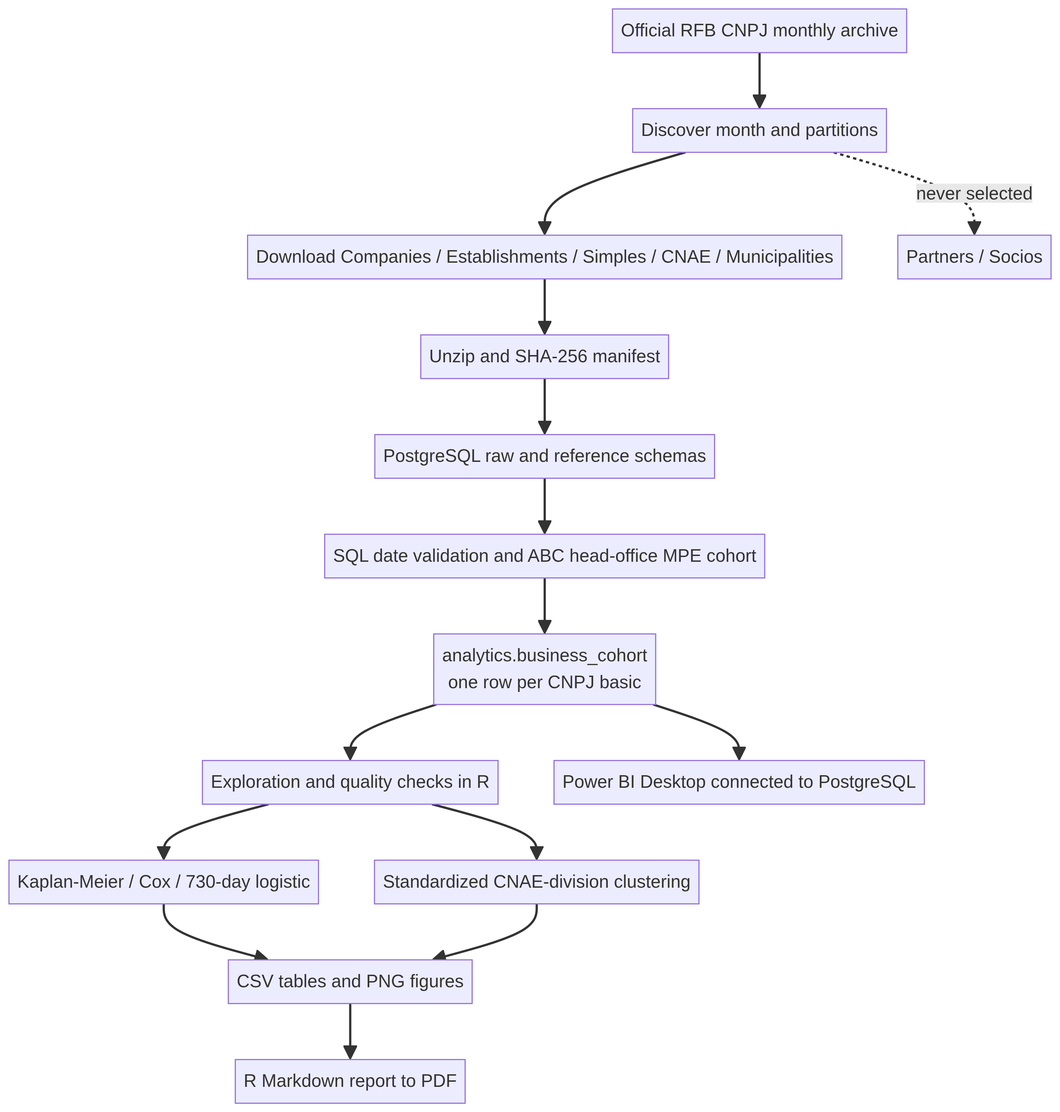
Earlier version of the Mermaid export docs/architecture.png (jotape2709/dados-sobrevivencia). Its source is kept beside it as docs/architecture.mmd. Its diagram source:
```mermaid
flowchart TB
    A[Official RFB CNPJ monthly archive] --> B[Discover month and partitions]
    B --> C[Download Companies / Establishments / Simples / CNAE / Municipalities]
    B -. never selected .-> X[Partners / Socios]
    C --> D[Unzip and SHA-256 manifest]
    D --> E[PostgreSQL raw and reference schemas]
    E --> F[SQL date validation and ABC head-office MPE cohort]
    F --> G[analytics.business_cohort<br/>one row per CNPJ basic]
    G --> H[Exploration and quality checks in R]
    H --> I[Kaplan-Meier / Cox / 730-day logistic]
    H --> J[Standardized CNAE-division clustering]
    I --> K[CSV tables and PNG figures]
    J --> K
    K --> L[R Markdown report to PDF]
    G --> M[Power BI Desktop connected to PostgreSQL]
```
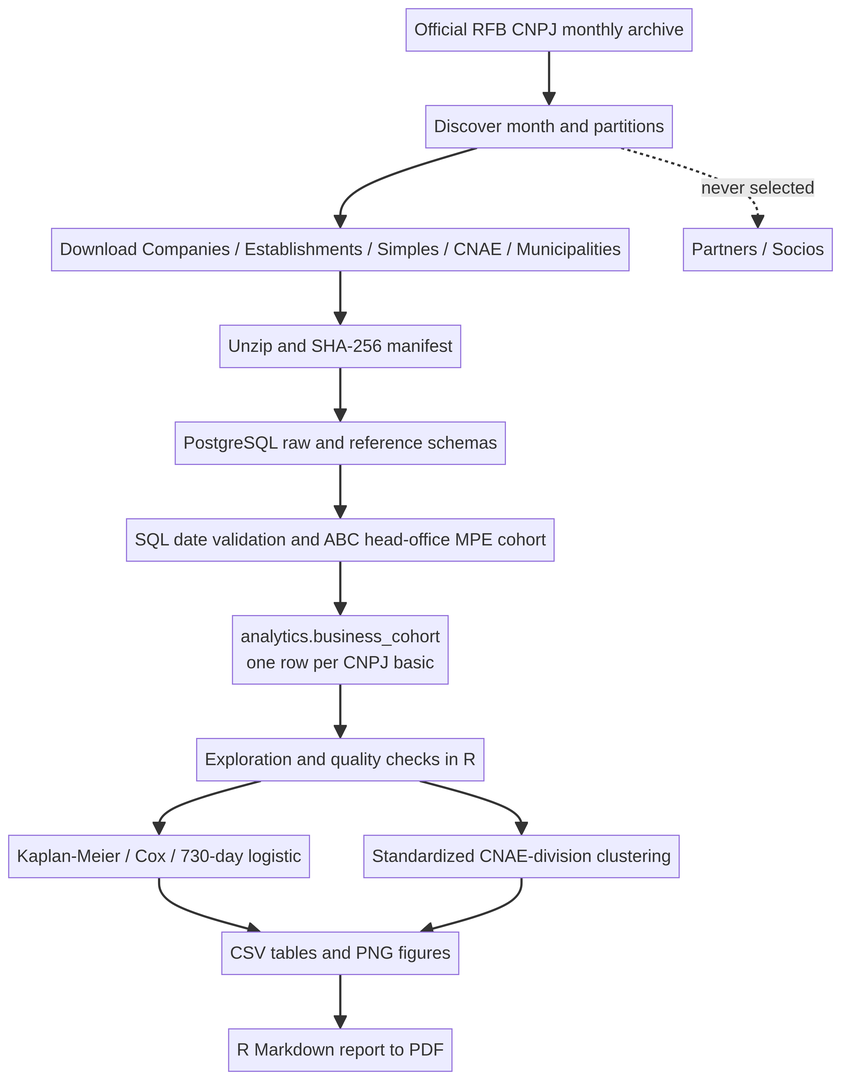
The same diagram one commit later.

Commit message:
Remove Power BI and clarify chart availability

Change to the diagram source:
```diff
@@ -12,4 +12,3 @@
     I --> K[CSV tables and PNG figures]
     J --> K
     K --> L[R Markdown report to PDF]
-    G --> M[Power BI Desktop connected to PostgreSQL]
```
